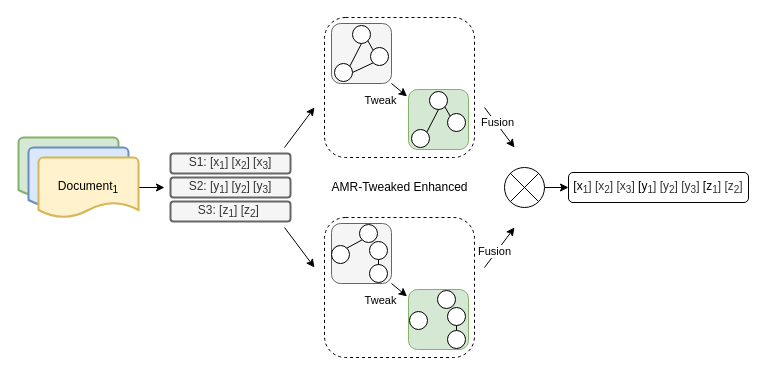
This is model.drawio from crawlerWPS/drawing, a draw.io file, before an edit. Source tidied: cells renumbered, new cells numbered last; positions are measured from the earlier drawing's top-left corner, leaving out a move shared by most shapes. Both pictures are drawn from the tidied source at 100%, with x=0, y=0 at pixel (18, 17).
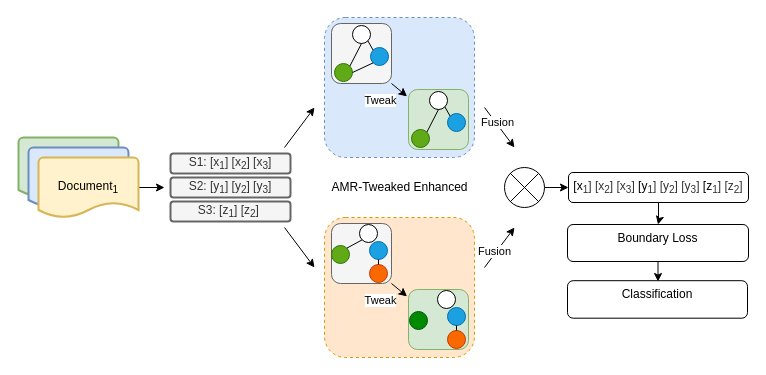
The same page after the edit.

Unchanged cells that the change refers to:
```xml
<mxCell id="50" value="[x&lt;sub style=&quot;border-color: var(--border-color); color: rgb(51, 51, 51);&quot;&gt;1&lt;/sub&gt;&lt;span style=&quot;color: rgb(51, 51, 51);&quot;&gt;] [x&lt;/span&gt;&lt;sub style=&quot;border-color: var(--border-color); color: rgb(51, 51, 51);&quot;&gt;2&lt;/sub&gt;&lt;span style=&quot;color: rgb(51, 51, 51);&quot;&gt;] [x&lt;/span&gt;&lt;sub style=&quot;border-color: var(--border-color); color: rgb(51, 51, 51);&quot;&gt;3&lt;/sub&gt;&lt;span style=&quot;color: rgb(51, 51, 51);&quot;&gt;]&amp;nbsp;&lt;/span&gt;[y&lt;sub style=&quot;border-color: var(--border-color); color: rgb(51, 51, 51);&quot;&gt;1&lt;/sub&gt;&lt;span style=&quot;color: rgb(51, 51, 51);&quot;&gt;] [y&lt;/span&gt;&lt;sub style=&quot;border-color: var(--border-color); color: rgb(51, 51, 51);&quot;&gt;2&lt;/sub&gt;&lt;span style=&quot;color: rgb(51, 51, 51);&quot;&gt;] [y&lt;/span&gt;&lt;sub style=&quot;border-color: var(--border-color); color: rgb(51, 51, 51);&quot;&gt;3&lt;/sub&gt;&lt;span style=&quot;color: rgb(51, 51, 51);&quot;&gt;]&lt;/span&gt;&amp;nbsp;[z&lt;sub style=&quot;border-color: var(--border-color); color: rgb(51, 51, 51);&quot;&gt;1&lt;/sub&gt;&lt;span style=&quot;color: rgb(51, 51, 51);&quot;&gt;] [z&lt;/span&gt;&lt;sub style=&quot;border-color: var(--border-color); color: rgb(51, 51, 51);&quot;&gt;2&lt;/sub&gt;&lt;span style=&quot;color: rgb(51, 51, 51);&quot;&gt;]&lt;/span&gt;" style="rounded=1;whiteSpace=wrap;html=1;verticalAlign=top;" parent="1" vertex="1">
  <mxGeometry x="550" y="155" width="180" height="30" as="geometry" />
</mxCell>
```

Diff of the diagram source:
```diff
@@
-    <mxCell id="2" style="rounded=1;whiteSpace=wrap;html=1;fillStyle=auto;dashed=1;glass=0;perimeterSpacing=0;gradientColor=none;" parent="1" vertex="1">
+    <mxCell id="2" style="rounded=1;whiteSpace=wrap;html=1;fillStyle=auto;dashed=1;glass=0;perimeterSpacing=0;fillColor=#dae8fc;strokeColor=#6c8ebf;" parent="1" vertex="1">
       <mxGeometry x="306" width="150" height="140" as="geometry" />
     </mxCell>
@@
-    <mxCell id="22" style="rounded=1;whiteSpace=wrap;html=1;fillStyle=auto;dashed=1;glass=0;perimeterSpacing=0;gradientColor=none;" parent="1" vertex="1">
+    <mxCell id="22" style="rounded=1;whiteSpace=wrap;html=1;fillStyle=auto;dashed=1;glass=0;perimeterSpacing=0;fillColor=#ffe6cc;strokeColor=#d79b00;" parent="1" vertex="1">
       <mxGeometry x="306" y="200" width="150" height="140" as="geometry" />
     </mxCell>
@@
-    <mxCell id="29" style="ellipse;whiteSpace=wrap;html=1;" parent="1" vertex="1">
+    <mxCell id="29" style="ellipse;whiteSpace=wrap;html=1;fillColor=#1ba1e2;fontColor=#ffffff;strokeColor=#006EAF;" parent="1" vertex="1">
       <mxGeometry x="352" y="30" width="18" height="18" as="geometry" />
     </mxCell>
-    <mxCell id="30" style="ellipse;whiteSpace=wrap;html=1;" parent="1" vertex="1">
+    <mxCell id="30" style="ellipse;whiteSpace=wrap;html=1;fillColor=#60a917;fontColor=#ffffff;strokeColor=#2D7600;" parent="1" vertex="1">
       <mxGeometry x="316" y="46" width="18" height="18" as="geometry" />
     </mxCell>
@@
-    <mxCell id="35" style="ellipse;whiteSpace=wrap;html=1;" parent="1" vertex="1">
+    <mxCell id="35" style="ellipse;whiteSpace=wrap;html=1;fillColor=#1ba1e2;fontColor=#ffffff;strokeColor=#006EAF;" parent="1" vertex="1">
       <mxGeometry x="429" y="96" width="18" height="18" as="geometry" />
     </mxCell>
-    <mxCell id="36" style="ellipse;whiteSpace=wrap;html=1;" parent="1" vertex="1">
+    <mxCell id="36" style="ellipse;whiteSpace=wrap;html=1;fillColor=#60a917;fontColor=#ffffff;strokeColor=#2D7600;" parent="1" vertex="1">
       <mxGeometry x="393" y="112" width="18" height="18" as="geometry" />
     </mxCell>
@@
-    <mxCell id="40" style="ellipse;whiteSpace=wrap;html=1;" parent="1" vertex="1">
+    <mxCell id="40" style="ellipse;whiteSpace=wrap;html=1;fillColor=#008a00;fontColor=#ffffff;strokeColor=#005700;" parent="1" vertex="1">
       <mxGeometry x="391" y="294" width="18" height="18" as="geometry" />
     </mxCell>
-    <mxCell id="41" style="ellipse;whiteSpace=wrap;html=1;" parent="1" vertex="1">
+    <mxCell id="41" style="ellipse;whiteSpace=wrap;html=1;fillColor=#1ba1e2;fontColor=#ffffff;strokeColor=#006EAF;" parent="1" vertex="1">
       <mxGeometry x="429" y="290" width="18" height="18" as="geometry" />
     </mxCell>
-    <mxCell id="42" style="ellipse;whiteSpace=wrap;html=1;" parent="1" vertex="1">
+    <mxCell id="42" style="ellipse;whiteSpace=wrap;html=1;fillColor=#fa6800;fontColor=#000000;strokeColor=#C73500;" parent="1" vertex="1">
       <mxGeometry x="429" y="313" width="18" height="18" as="geometry" />
     </mxCell>
@@
-    <mxCell id="45" style="ellipse;whiteSpace=wrap;html=1;" parent="1" vertex="1">
+    <mxCell id="45" style="ellipse;whiteSpace=wrap;html=1;fillColor=#60a917;fontColor=#ffffff;strokeColor=#2D7600;" parent="1" vertex="1">
       <mxGeometry x="313" y="228" width="18" height="18" as="geometry" />
     </mxCell>
@@
-    <mxCell id="47" style="ellipse;whiteSpace=wrap;html=1;" parent="1" vertex="1">
+    <mxCell id="47" style="ellipse;whiteSpace=wrap;html=1;fillColor=#1ba1e2;fontColor=#ffffff;strokeColor=#006EAF;" parent="1" vertex="1">
       <mxGeometry x="351" y="224" width="18" height="18" as="geometry" />
     </mxCell>
-    <mxCell id="48" style="ellipse;whiteSpace=wrap;html=1;" parent="1" vertex="1">
+    <mxCell id="48" style="ellipse;whiteSpace=wrap;html=1;fillColor=#fa6800;fontColor=#000000;strokeColor=#C73500;" parent="1" vertex="1">
       <mxGeometry x="351" y="247" width="18" height="18" as="geometry" />
     </mxCell>
@@
+    <mxCell id="51" style="edgeStyle=orthogonalEdgeStyle;rounded=0;jettySize=auto;html=1;" parent="1" edge="1" source="50" target="53">
+      <mxGeometry relative="1" as="geometry" />
+    </mxCell>
@@
+    <mxCell id="52" style="edgeStyle=orthogonalEdgeStyle;rounded=0;jettySize=auto;html=1;" parent="1" edge="1" source="53" target="54">
+      <mxGeometry relative="1" as="geometry" />
+    </mxCell>
+    <mxCell id="53" value="Boundary Loss" style="whiteSpace=wrap;html=1;verticalAlign=top;rounded=1;" parent="1" vertex="1">
+      <mxGeometry x="549" y="207" width="181" height="37" as="geometry" />
+    </mxCell>
+    <mxCell id="54" value="Classification" style="whiteSpace=wrap;html=1;verticalAlign=top;rounded=1;" parent="1" vertex="1">
+      <mxGeometry x="549" y="263.2" width="180" height="37.5" as="geometry" />
+    </mxCell>
```
